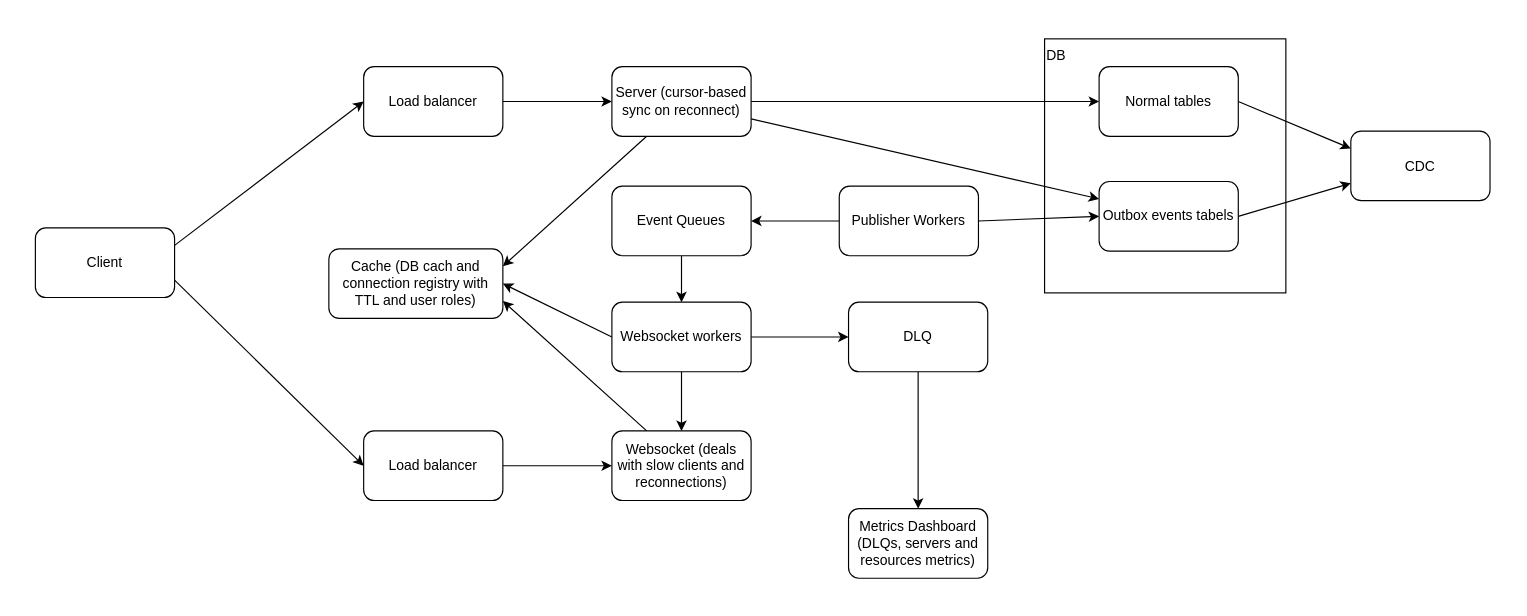
DouglasVolcato/messenger keeps this draw.io diagram as docs/architecture.drawio. Above is the earlier version. Source tidied: cells renumbered, new cells numbered last; positions are measured from the earlier drawing's top-left corner, leaving out a move shared by most shapes. Both pictures are drawn from the tidied source at 116%, with x=0, y=0 at pixel (35, 38).
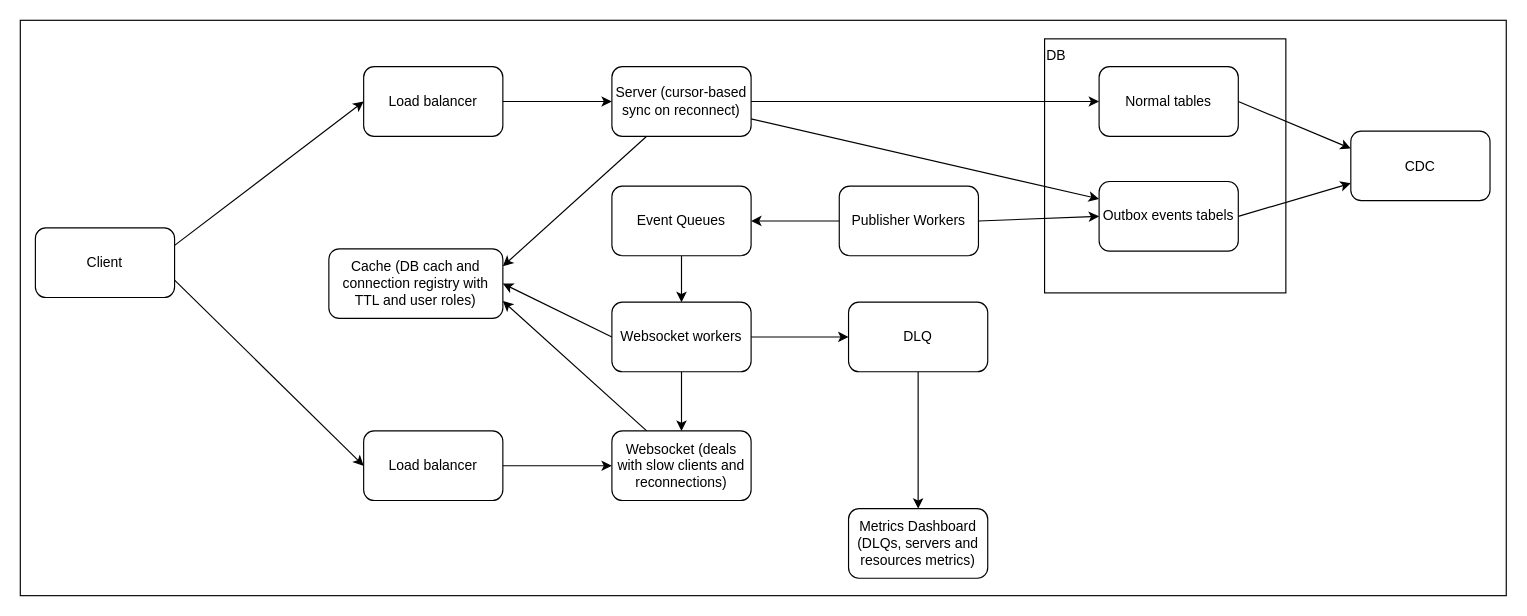
Above is the later version.

Commit message (it also covers changes not shown here):
feat: add architecture diagram

What changed in the source:
```diff
@@
+    <mxCell id="35" style="rounded=0;whiteSpace=wrap;html=1;" parent="1" vertex="1">
+      <mxGeometry x="-13" y="-16" width="1281" height="496" as="geometry" />
+    </mxCell>
```
